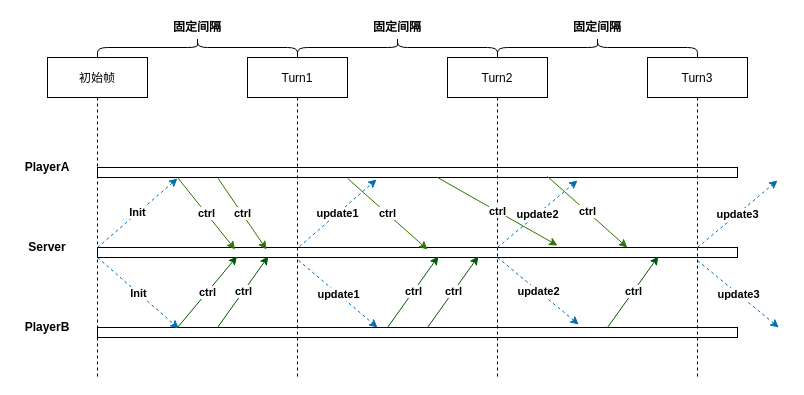
The draw.io diagram 乐观帧同步.drawio in homike/media, before the edit. Source tidied: cells renumbered, new cells numbered last; positions are measured from the earlier drawing's top-left corner, leaving out a move shared by most shapes. Both pictures are drawn from the tidied source at 100%, with x=0, y=0 at pixel (17, 17).
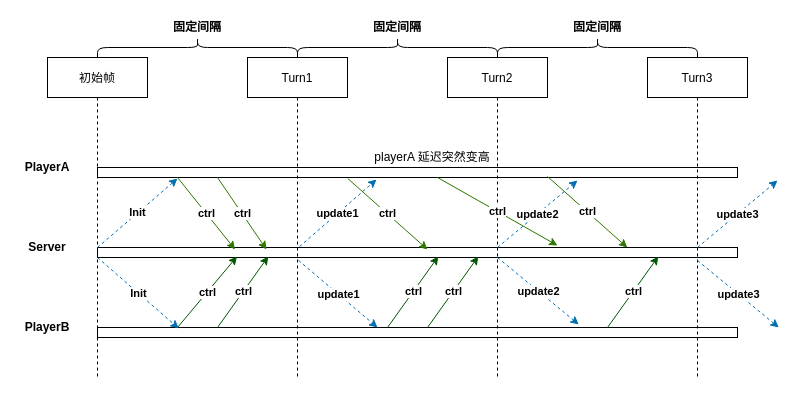
The same page after the edit.

Commit message:
Update 乐观帧同步.drawio

The edit, as a diff of the source:
```diff
@@
+    <mxCell id="36" value="playerA 延迟突然变高" style="text;html=1;strokeColor=none;fillColor=none;align=center;verticalAlign=middle;whiteSpace=wrap;rounded=0;fontFamily=Helvetica;" parent="1" vertex="1">
+      <mxGeometry x="350" y="130" width="130" height="20" as="geometry" />
+    </mxCell>
```
